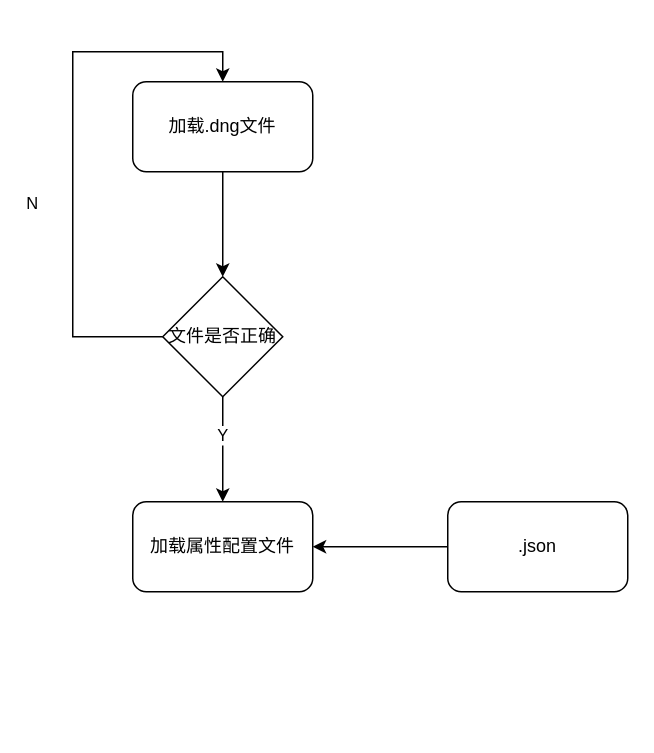
The draw.io diagram CADToRevitAddin.drawio in gaochaowyq/MinderGraph, before the edit. Source tidied: cells renumbered, new cells numbered last; positions are measured from the earlier drawing's top-left corner, leaving out a move shared by most shapes. Both pictures are drawn from the tidied source at 150%, with x=0, y=0 at pixel (72, 51).
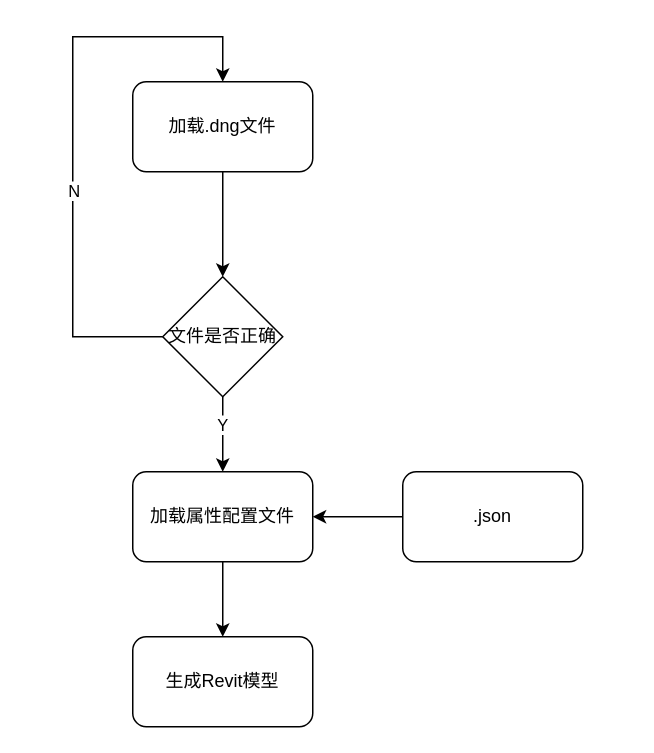
The same diagram, later.

Diff of the diagram source:
```diff
@@
 <mxGraphModel>
   <root>
     <mxCell id="0" />
     <mxCell id="1" parent="0" />
     <mxCell id="2" style="edgeStyle=orthogonalEdgeStyle;rounded=0;jettySize=auto;html=1;entryX=0.5;entryY=0;entryDx=0;entryDy=0;" parent="1" edge="1" source="3" target="8">
       <mxGeometry relative="1" as="geometry" />
     </mxCell>
     <mxCell id="3" value="加载.dng文件" style="rounded=1;whiteSpace=wrap;html=1;" parent="1" vertex="1">
       <mxGeometry x="40" y="20" width="120" height="60" as="geometry" />
     </mxCell>
     <mxCell id="4" style="edgeStyle=orthogonalEdgeStyle;rounded=0;jettySize=auto;html=1;" parent="1" edge="1" source="8" target="9">
       <mxGeometry relative="1" as="geometry" />
     </mxCell>
     <mxCell id="5" value="Y" style="edgeLabel;html=1;align=center;verticalAlign=middle;" parent="4" vertex="1">
       <mxGeometry x="-0.28" y="-1" relative="1" as="geometry" />
     </mxCell>
     <mxCell id="6" style="edgeStyle=orthogonalEdgeStyle;rounded=0;jettySize=auto;html=1;entryX=0.5;entryY=0;entryDx=0;entryDy=0;exitX=0;exitY=0.5;exitDx=0;exitDy=0;" parent="1" edge="1" source="8" target="3">
       <mxGeometry relative="1" as="geometry">
         <Array as="points">
           <mxPoint y="190" />
-          <mxPoint />
-          <mxPoint x="100" />
+          <mxPoint y="-10" />
+          <mxPoint x="100" y="-10" />
         </Array>
       </mxGeometry>
     </mxCell>
     <mxCell id="7" value="N" style="edgeLabel;html=1;align=center;verticalAlign=middle;" parent="6" vertex="1">
       <mxGeometry x="-0.19" y="-1" relative="1" as="geometry">
-        <mxPoint x="-29" as="offset" />
+        <mxPoint x="-1" as="offset" />
       </mxGeometry>
     </mxCell>
     <mxCell id="8" value="文件是否正确" style="rhombus;whiteSpace=wrap;html=1;" parent="1" vertex="1">
       <mxGeometry x="60" y="150" width="80" height="80" as="geometry" />
     </mxCell>
+    <mxCell id="12" style="edgeStyle=orthogonalEdgeStyle;rounded=0;jettySize=auto;html=1;" parent="1" edge="1" source="9" target="13">
+      <mxGeometry relative="1" as="geometry" />
+    </mxCell>
     <mxCell id="9" value="加载属性配置文件" style="rounded=1;whiteSpace=wrap;html=1;" parent="1" vertex="1">
-      <mxGeometry x="40" y="300" width="120" height="60" as="geometry" />
+      <mxGeometry x="40" y="280" width="120" height="60" as="geometry" />
     </mxCell>
     <mxCell id="10" style="edgeStyle=orthogonalEdgeStyle;rounded=0;jettySize=auto;html=1;" parent="1" edge="1" source="11" target="9">
       <mxGeometry relative="1" as="geometry" />
     </mxCell>
     <mxCell id="11" value=".json" style="rounded=1;whiteSpace=wrap;html=1;" parent="1" vertex="1">
-      <mxGeometry x="250" y="300" width="120" height="60" as="geometry" />
+      <mxGeometry x="220" y="280" width="120" height="60" as="geometry" />
     </mxCell>
+    <mxCell id="13" value="生成Revit模型" style="rounded=1;whiteSpace=wrap;html=1;" parent="1" vertex="1">
+      <mxGeometry x="40" y="390" width="120" height="60" as="geometry" />
+    </mxCell>
   </root>
 </mxGraphModel>
```
